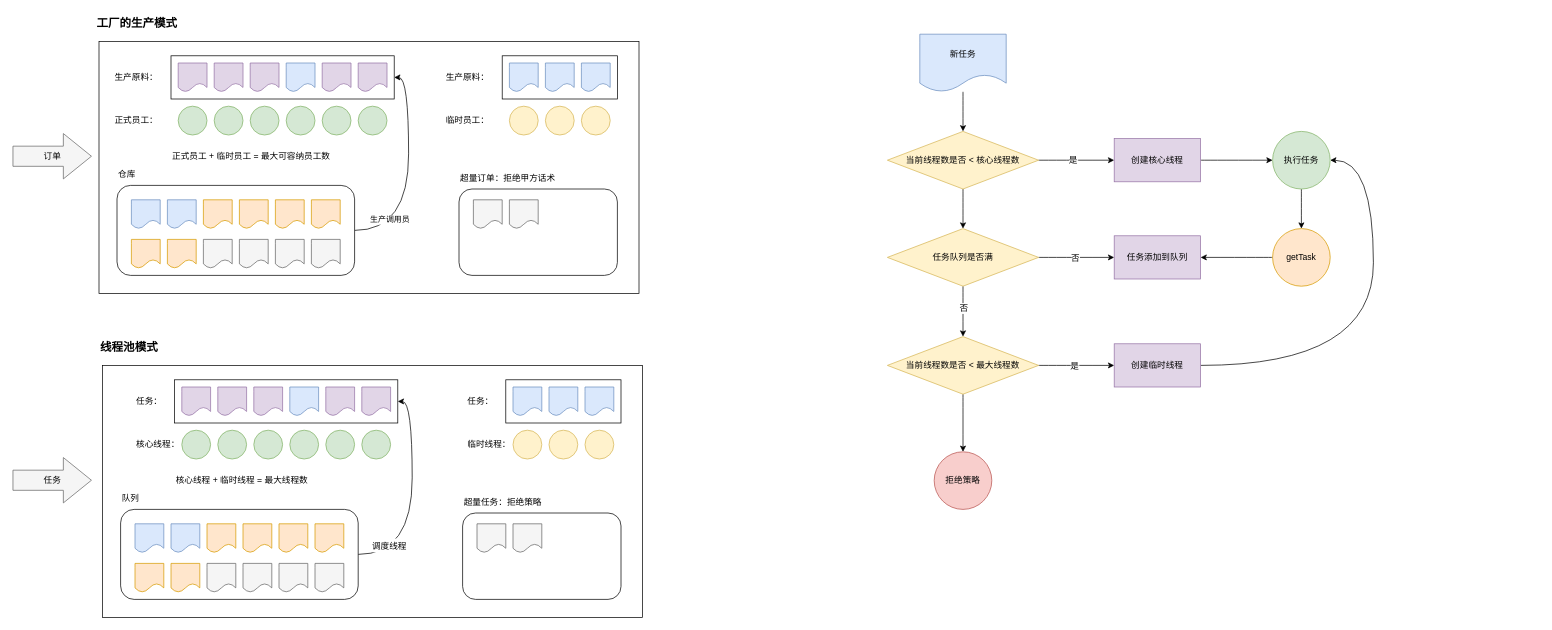
Before: juc/ThreadPool.drawio in thebesteric/draw.io, a draw.io diagram. Source tidied: cells renumbered, new cells numbered last; positions are measured from the earlier drawing's top-left corner, leaving out a move shared by most shapes. Both pictures are drawn from the tidied source at 72%, with x=0, y=0 at pixel (12, 12).
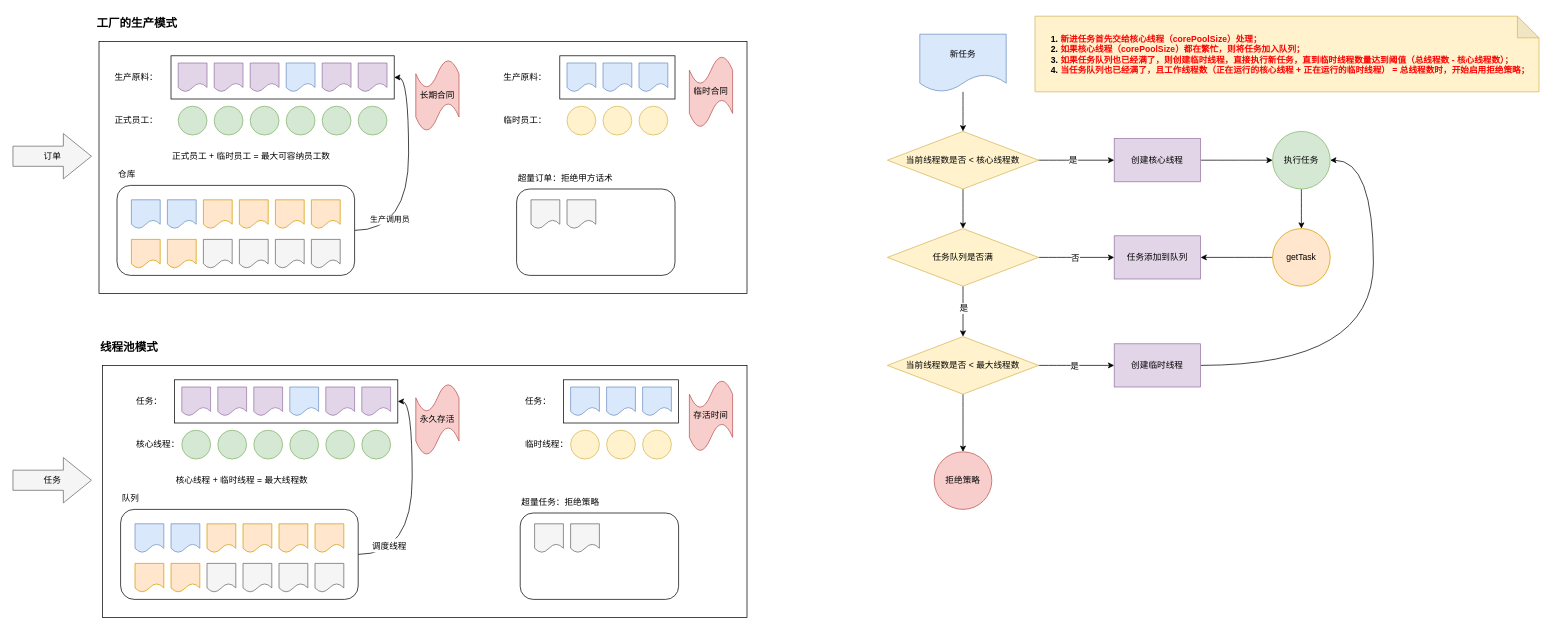
The same diagram, later.

The change refers to these unchanged cells:
```xml
<mxCell id="108" style="edgeStyle=orthogonalEdgeStyle;curved=1;rounded=0;jettySize=auto;html=1;labelBackgroundColor=none;fontSize=12;entryX=0.5;entryY=0;entryDx=0;entryDy=0;" parent="1" edge="1" source="110" target="115">
  <mxGeometry relative="1" as="geometry" />
</mxCell>
```

Change to the diagram source:
```diff
@@
     <mxCell id="2" style="rounded=0;whiteSpace=wrap;html=1;" parent="1" vertex="1">
-      <mxGeometry x="120" y="40" width="750" height="350" as="geometry" />
+      <mxGeometry x="120" y="40" width="900" height="350" as="geometry" />
     </mxCell>
@@
     <mxCell id="18" style="ellipse;whiteSpace=wrap;html=1;fillColor=#fff2cc;strokeColor=#d6b656;" parent="1" vertex="1">
-      <mxGeometry x="690" y="130" width="40" height="40" as="geometry" />
+      <mxGeometry x="770" y="130" width="40" height="40" as="geometry" />
     </mxCell>
     <mxCell id="19" style="ellipse;whiteSpace=wrap;html=1;fillColor=#fff2cc;strokeColor=#d6b656;" parent="1" vertex="1">
-      <mxGeometry x="740" y="130" width="40" height="40" as="geometry" />
+      <mxGeometry x="820" y="130" width="40" height="40" as="geometry" />
     </mxCell>
     <mxCell id="20" style="ellipse;whiteSpace=wrap;html=1;fillColor=#fff2cc;strokeColor=#d6b656;" parent="1" vertex="1">
-      <mxGeometry x="790" y="130" width="40" height="40" as="geometry" />
+      <mxGeometry x="870" y="130" width="40" height="40" as="geometry" />
     </mxCell>
     <mxCell id="21" style="rounded=0;whiteSpace=wrap;html=1;" parent="1" vertex="1">
-      <mxGeometry x="680" y="60" width="160" height="60" as="geometry" />
+      <mxGeometry x="760" y="60" width="160" height="60" as="geometry" />
     </mxCell>
     <mxCell id="22" style="shape=document;whiteSpace=wrap;html=1;boundedLbl=1;fillColor=#dae8fc;strokeColor=#6c8ebf;" parent="1" vertex="1">
-      <mxGeometry x="690" y="70" width="40" height="40" as="geometry" />
+      <mxGeometry x="770" y="70" width="40" height="40" as="geometry" />
     </mxCell>
     <mxCell id="23" style="shape=document;whiteSpace=wrap;html=1;boundedLbl=1;fillColor=#dae8fc;strokeColor=#6c8ebf;" parent="1" vertex="1">
-      <mxGeometry x="740" y="70" width="40" height="40" as="geometry" />
+      <mxGeometry x="820" y="70" width="40" height="40" as="geometry" />
     </mxCell>
     <mxCell id="24" style="shape=document;whiteSpace=wrap;html=1;boundedLbl=1;fillColor=#dae8fc;strokeColor=#6c8ebf;" parent="1" vertex="1">
-      <mxGeometry x="790" y="70" width="40" height="40" as="geometry" />
+      <mxGeometry x="870" y="70" width="40" height="40" as="geometry" />
     </mxCell>
     <mxCell id="25" value="生产原料：" style="text;html=1;strokeColor=none;fillColor=none;align=left;verticalAlign=middle;whiteSpace=wrap;rounded=0;" parent="1" vertex="1">
-      <mxGeometry x="600" y="75" width="70" height="30" as="geometry" />
+      <mxGeometry x="680" y="75" width="70" height="30" as="geometry" />
     </mxCell>
     <mxCell id="26" value="临时员工：" style="text;html=1;strokeColor=none;fillColor=none;align=left;verticalAlign=middle;whiteSpace=wrap;rounded=0;" parent="1" vertex="1">
-      <mxGeometry x="600" y="135" width="70" height="30" as="geometry" />
+      <mxGeometry x="680" y="135" width="70" height="30" as="geometry" />
     </mxCell>
@@
     <mxCell id="43" style="rounded=1;whiteSpace=wrap;html=1;" parent="1" vertex="1">
-      <mxGeometry x="620" y="245" width="220" height="120" as="geometry" />
+      <mxGeometry x="700" y="245" width="220" height="120" as="geometry" />
     </mxCell>
     <mxCell id="44" value="超量订单：拒绝甲方话术" style="text;html=1;strokeColor=none;fillColor=none;align=left;verticalAlign=middle;whiteSpace=wrap;rounded=0;" parent="1" vertex="1">
-      <mxGeometry x="620" y="215" width="150" height="30" as="geometry" />
+      <mxGeometry x="700" y="215" width="150" height="30" as="geometry" />
     </mxCell>
     <mxCell id="45" style="shape=document;whiteSpace=wrap;html=1;boundedLbl=1;fillColor=#f5f5f5;strokeColor=#666666;fontColor=#333333;" parent="1" vertex="1">
-      <mxGeometry x="640" y="260" width="40" height="40" as="geometry" />
+      <mxGeometry x="720" y="260" width="40" height="40" as="geometry" />
     </mxCell>
     <mxCell id="46" style="shape=document;whiteSpace=wrap;html=1;boundedLbl=1;fillColor=#f5f5f5;strokeColor=#666666;fontColor=#333333;" parent="1" vertex="1">
-      <mxGeometry x="690" y="260" width="40" height="40" as="geometry" />
+      <mxGeometry x="770" y="260" width="40" height="40" as="geometry" />
     </mxCell>
@@
     <mxCell id="48" style="rounded=0;whiteSpace=wrap;html=1;" parent="1" vertex="1">
-      <mxGeometry x="125" y="490" width="750" height="350" as="geometry" />
+      <mxGeometry x="125" y="490" width="895" height="350" as="geometry" />
     </mxCell>
@@
     <mxCell id="64" style="ellipse;whiteSpace=wrap;html=1;fillColor=#fff2cc;strokeColor=#d6b656;" parent="1" vertex="1">
-      <mxGeometry x="695" y="580" width="40" height="40" as="geometry" />
+      <mxGeometry x="775" y="580" width="40" height="40" as="geometry" />
     </mxCell>
     <mxCell id="65" style="ellipse;whiteSpace=wrap;html=1;fillColor=#fff2cc;strokeColor=#d6b656;" parent="1" vertex="1">
-      <mxGeometry x="745" y="580" width="40" height="40" as="geometry" />
+      <mxGeometry x="825" y="580" width="40" height="40" as="geometry" />
     </mxCell>
     <mxCell id="66" style="ellipse;whiteSpace=wrap;html=1;fillColor=#fff2cc;strokeColor=#d6b656;" parent="1" vertex="1">
-      <mxGeometry x="795" y="580" width="40" height="40" as="geometry" />
+      <mxGeometry x="875" y="580" width="40" height="40" as="geometry" />
     </mxCell>
     <mxCell id="67" style="rounded=0;whiteSpace=wrap;html=1;" parent="1" vertex="1">
-      <mxGeometry x="685" y="510" width="160" height="60" as="geometry" />
+      <mxGeometry x="765" y="510" width="160" height="60" as="geometry" />
     </mxCell>
     <mxCell id="68" style="shape=document;whiteSpace=wrap;html=1;boundedLbl=1;fillColor=#dae8fc;strokeColor=#6c8ebf;" parent="1" vertex="1">
-      <mxGeometry x="695" y="520" width="40" height="40" as="geometry" />
+      <mxGeometry x="775" y="520" width="40" height="40" as="geometry" />
     </mxCell>
     <mxCell id="69" style="shape=document;whiteSpace=wrap;html=1;boundedLbl=1;fillColor=#dae8fc;strokeColor=#6c8ebf;" parent="1" vertex="1">
-      <mxGeometry x="745" y="520" width="40" height="40" as="geometry" />
+      <mxGeometry x="825" y="520" width="40" height="40" as="geometry" />
     </mxCell>
     <mxCell id="70" style="shape=document;whiteSpace=wrap;html=1;boundedLbl=1;fillColor=#dae8fc;strokeColor=#6c8ebf;" parent="1" vertex="1">
-      <mxGeometry x="795" y="520" width="40" height="40" as="geometry" />
+      <mxGeometry x="875" y="520" width="40" height="40" as="geometry" />
     </mxCell>
     <mxCell id="71" value="任务：" style="text;html=1;strokeColor=none;fillColor=none;align=left;verticalAlign=middle;whiteSpace=wrap;rounded=0;" parent="1" vertex="1">
-      <mxGeometry x="630" y="525" width="40" height="30" as="geometry" />
+      <mxGeometry x="710" y="525" width="40" height="30" as="geometry" />
     </mxCell>
     <mxCell id="72" value="临时线程：" style="text;html=1;strokeColor=none;fillColor=none;align=left;verticalAlign=middle;whiteSpace=wrap;rounded=0;" parent="1" vertex="1">
-      <mxGeometry x="630" y="585" width="70" height="30" as="geometry" />
+      <mxGeometry x="710" y="585" width="70" height="30" as="geometry" />
     </mxCell>
@@
     <mxCell id="89" style="rounded=1;whiteSpace=wrap;html=1;" parent="1" vertex="1">
-      <mxGeometry x="625" y="695" width="220" height="120" as="geometry" />
+      <mxGeometry x="705" y="695" width="220" height="120" as="geometry" />
     </mxCell>
     <mxCell id="90" value="超量任务：拒绝策略" style="text;html=1;strokeColor=none;fillColor=none;align=left;verticalAlign=middle;whiteSpace=wrap;rounded=0;" parent="1" vertex="1">
-      <mxGeometry x="625" y="665" width="125" height="30" as="geometry" />
+      <mxGeometry x="705" y="665" width="125" height="30" as="geometry" />
     </mxCell>
     <mxCell id="91" style="shape=document;whiteSpace=wrap;html=1;boundedLbl=1;fillColor=#f5f5f5;strokeColor=#666666;fontColor=#333333;" parent="1" vertex="1">
-      <mxGeometry x="645" y="710" width="40" height="40" as="geometry" />
+      <mxGeometry x="725" y="710" width="40" height="40" as="geometry" />
     </mxCell>
     <mxCell id="92" style="shape=document;whiteSpace=wrap;html=1;boundedLbl=1;fillColor=#f5f5f5;strokeColor=#666666;fontColor=#333333;" parent="1" vertex="1">
-      <mxGeometry x="695" y="710" width="40" height="40" as="geometry" />
+      <mxGeometry x="775" y="710" width="40" height="40" as="geometry" />
     </mxCell>
@@
-    <mxCell id="109" value="否" style="edgeLabel;html=1;align=center;verticalAlign=middle;fontSize=12;" parent="108" vertex="1">
+    <mxCell id="109" value="是" style="edgeLabel;html=1;align=center;verticalAlign=middle;fontSize=12;" parent="108" vertex="1">
       <mxGeometry x="-0.13" y="2" relative="1" as="geometry">
         <mxPoint x="-2" as="offset" />
       </mxGeometry>
     </mxCell>
@@
+    <mxCell id="123" value="临时合同" style="shape=tape;whiteSpace=wrap;html=1;fontSize=12;size=0.4;fillColor=#f8cecc;strokeColor=#b85450;" parent="1" vertex="1">
+      <mxGeometry x="940" y="60" width="60" height="100" as="geometry" />
+    </mxCell>
+    <mxCell id="124" value="长期合同" style="shape=tape;whiteSpace=wrap;html=1;fontSize=12;size=0.4;fillColor=#f8cecc;strokeColor=#b85450;" parent="1" vertex="1">
+      <mxGeometry x="560" y="65" width="60" height="100" as="geometry" />
+    </mxCell>
+    <mxCell id="125" value="存活时间" style="shape=tape;whiteSpace=wrap;html=1;fontSize=12;size=0.4;fillColor=#f8cecc;strokeColor=#b85450;" parent="1" vertex="1">
+      <mxGeometry x="940" y="510" width="60" height="100" as="geometry" />
+    </mxCell>
+    <mxCell id="126" value="永久存活" style="shape=tape;whiteSpace=wrap;html=1;fontSize=12;size=0.4;fillColor=#f8cecc;strokeColor=#b85450;" parent="1" vertex="1">
+      <mxGeometry x="560" y="515" width="60" height="100" as="geometry" />
+    </mxCell>
+    <mxCell id="127" value="&lt;div style=&quot;text-align: start;&quot; class=&quot;lake-content&quot;&gt;&lt;ol style=&quot;margin: 0px; padding-left: 23px;&quot; class=&quot;ne-ol&quot;&gt;&lt;li id=&quot;u898786c4&quot;&gt;&lt;font color=&quot;#ff0000&quot;&gt;新进任务首先交给核心线程（corePoolSize）处理；&lt;/font&gt;&lt;/li&gt;&lt;li id=&quot;u55c5a0e3&quot;&gt;&lt;span class=&quot;ne-text&quot;&gt;&lt;font color=&quot;#ff0000&quot;&gt;如果核心线程（corePoolSize）都在繁忙，则将任务加入队列；&lt;/font&gt;&lt;/span&gt;&lt;/li&gt;&lt;li id=&quot;u54a1ac0d&quot;&gt;&lt;span class=&quot;ne-text&quot;&gt;&lt;font color=&quot;#ff0000&quot;&gt;如果任务队列也已经满了，则创建临时线程，直接执行新任务，直到临时线程数量达到阈值（总线程数 - 核心线程数）；&lt;/font&gt;&lt;/span&gt;&lt;/li&gt;&lt;li id=&quot;u43a5ef5c&quot;&gt;&lt;span class=&quot;ne-text&quot;&gt;&lt;font style=&quot;font-size: 12px;&quot; color=&quot;#ff0000&quot;&gt;当任务队列也已经满了，且工作线程数（正在运行的核心线程 + 正在运行的临时线程） = 总线程数时，开始启用拒绝策略；&lt;/font&gt;&lt;/span&gt;&lt;/li&gt;&lt;/ol&gt;&lt;/div&gt;" style="shape=note;whiteSpace=wrap;html=1;backgroundOutline=1;darkOpacity=0.05;fontSize=12;fontStyle=1;spacing=6;fillColor=#fff2cc;strokeColor=#d6b656;" parent="1" vertex="1">
+      <mxGeometry x="1420" y="5" width="700" height="105" as="geometry" />
+    </mxCell>
```
